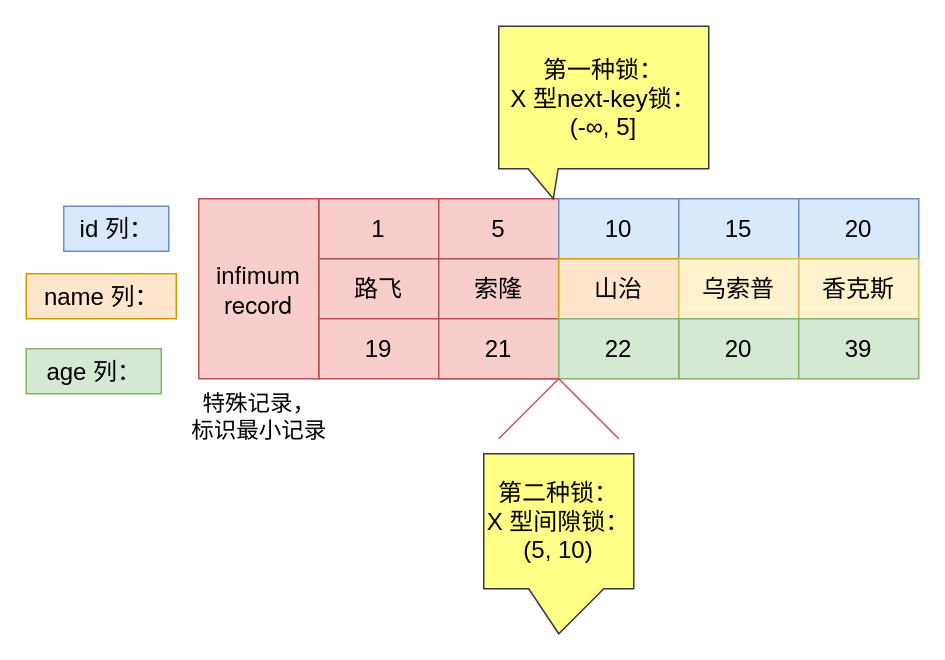
Above: mysql/行级锁/唯一索引范围查询.drawio in xiaolincoder/ImageHost4 (draw.io), before the change. Source tidied: cells renumbered, new cells numbered last; positions are measured from the earlier drawing's top-left corner, leaving out a move shared by most shapes. Both pictures are drawn from the tidied source at 150%, with x=0, y=0 at pixel (26, 26).
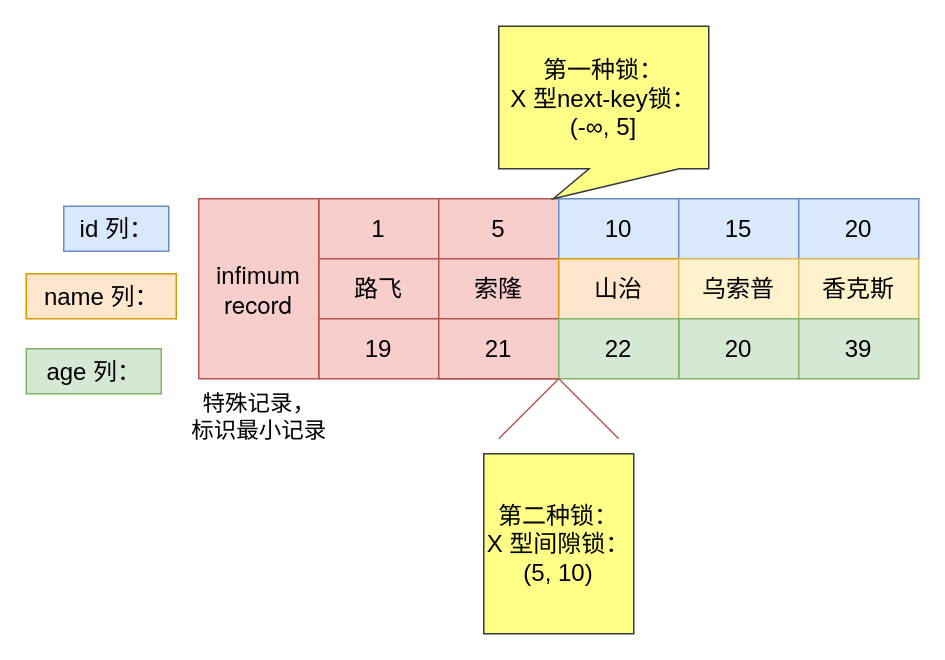
The same page after the edit.

Commit message (it also covers changes not shown here):
更新唯一索引范围查询.drawio

The edit, as a diff of the source:
```diff
@@
-    <mxCell id="21" value="第一种锁：&lt;br&gt;X 型next-key锁：&lt;br&gt;(-∞, 5]" style="shape=callout;whiteSpace=wrap;html=1;perimeter=calloutPerimeter;fontSize=16;fillColor=#ffff88;strokeColor=#36393d;size=20;position=0.14;position2=0.26;base=20;" parent="1" vertex="1">
+    <mxCell id="21" value="第一种锁：&lt;br&gt;X 型next-key锁：&lt;br&gt;(-∞, 5]" style="shape=callout;whiteSpace=wrap;html=1;perimeter=calloutPerimeter;fontSize=16;fillColor=#ffff88;strokeColor=#36393d;size=20;position=0.43;position2=0.26;base=60;" parent="1" vertex="1">
       <mxGeometry x="315" width="140" height="115" as="geometry" />
     </mxCell>
-    <mxCell id="22" value="第二种锁：&lt;br&gt;X 型间隙锁：&lt;br&gt;(5, 10)" style="shape=callout;whiteSpace=wrap;html=1;perimeter=calloutPerimeter;fontSize=16;fillColor=#ffff88;strokeColor=#36393d;size=30;position=0.3;base=50;" parent="1" vertex="1">
+    <mxCell id="22" value="第二种锁：&lt;br&gt;X 型间隙锁：&lt;br&gt;(5, 10)" style="shape=callout;whiteSpace=wrap;html=1;perimeter=calloutPerimeter;fontSize=16;fillColor=#ffff88;strokeColor=#36393d;size=0;position=0.2;base=50;" parent="1" vertex="1">
       <mxGeometry x="305" y="285" width="100" height="120" as="geometry" />
     </mxCell>
```
